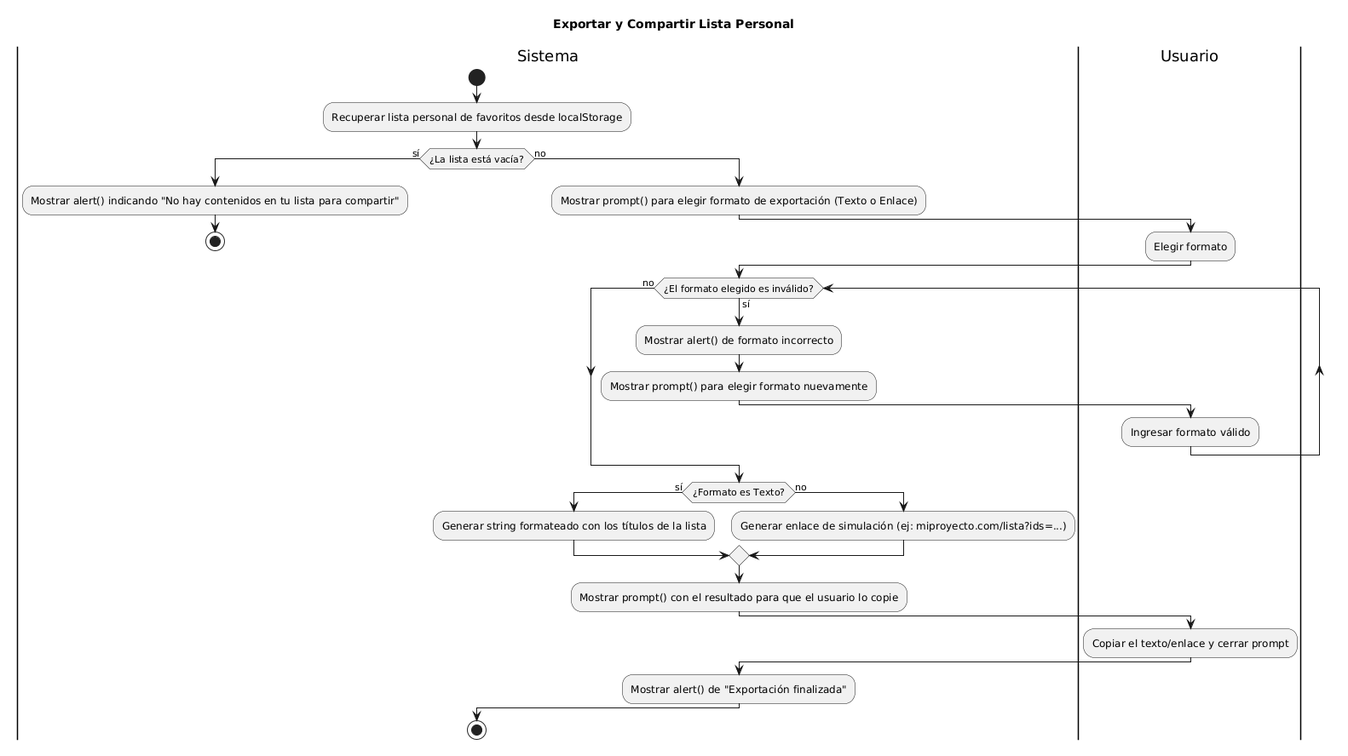
Earlier version of the PlantUML export docs/05-diagramas/01-diagrama-de-actividades/actividad-flujo-3-compartir.png (keviineze/proyecto-web-peliculas).
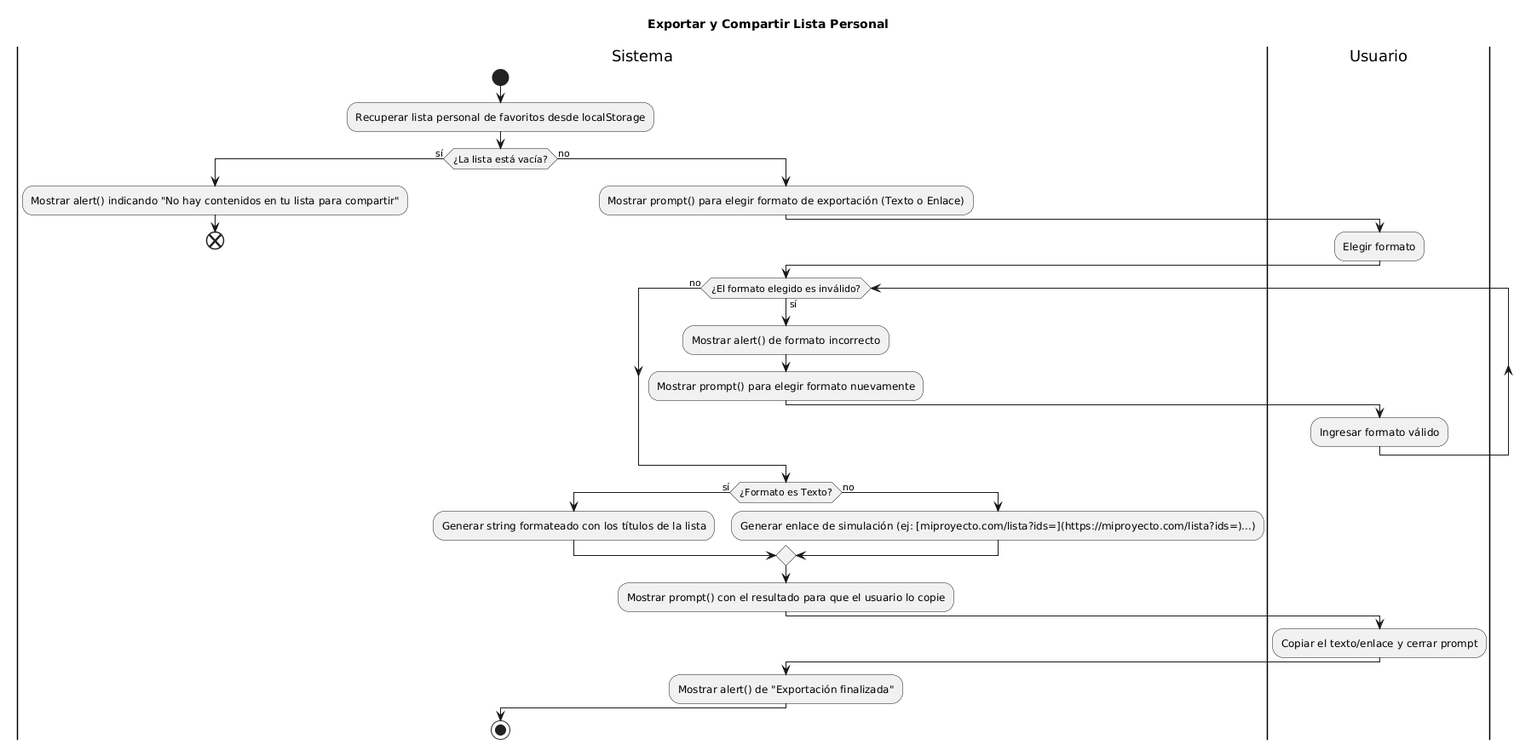
Later version of the same file.

The edit, as a diff of the source:
```diff
@@ -6,7 +6,7 @@
 :Recuperar lista personal de favoritos desde localStorage;
 if (¿La lista está vacía?) then (sí)
   :Mostrar alert() indicando "No hay contenidos en tu lista para compartir";
-  stop
+  end
 else (no)
   :Mostrar prompt() para elegir formato de exportación (Texto o Enlace);
   |Usuario|
@@ -23,7 +23,7 @@
   if (¿Formato es Texto?) then (sí)
     :Generar string formateado con los títulos de la lista;
   else (no)
-    :Generar enlace de simulación (ej: miproyecto.com/lista?ids=...);
+    :Generar enlace de simulación (ej: [miproyecto.com/lista?ids=](https://miproyecto.com/lista?ids=)...);
   endif
 
   :Mostrar prompt() con el resultado para que el usuario lo copie;
```
